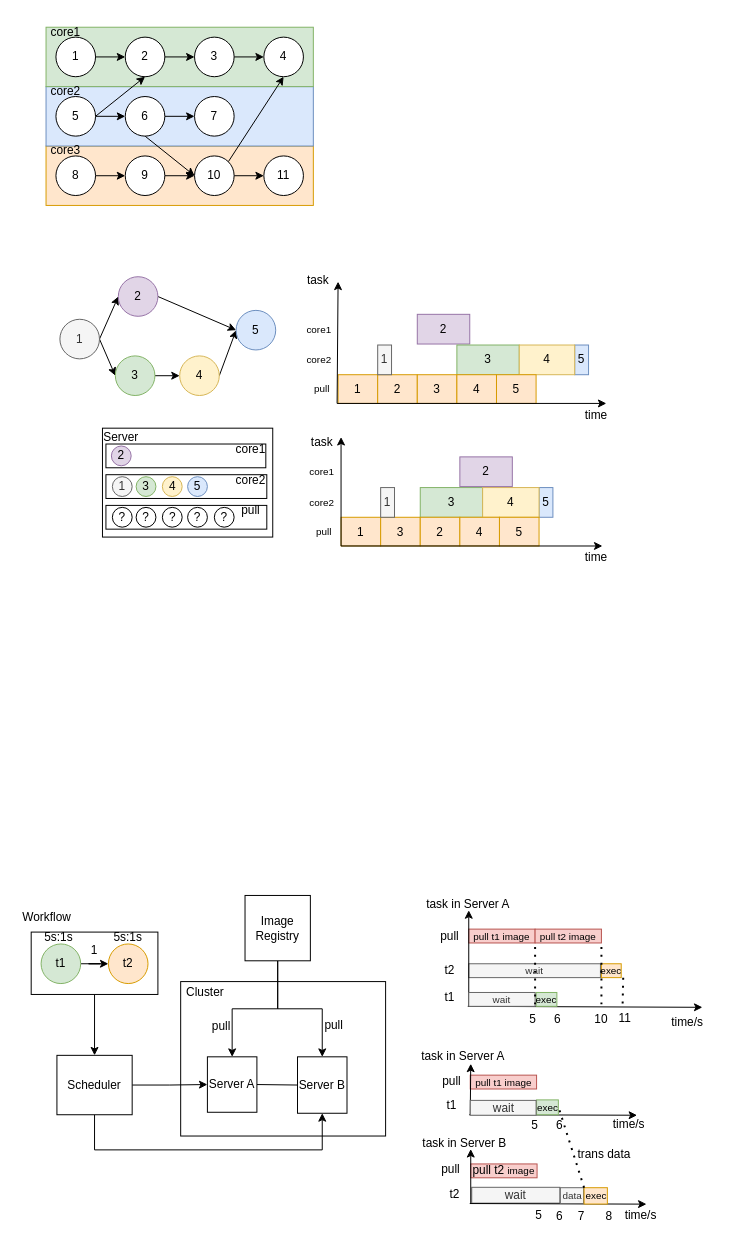
Earlier version of the draw.io diagram research/小论文.drawio (ksd11/charts). Source tidied: cells renumbered, new cells numbered last; positions are measured from the earlier drawing's top-left corner, leaving out a move shared by most shapes. Both pictures are drawn from the tidied source at 99%, with x=0, y=0 at pixel (17, 17).
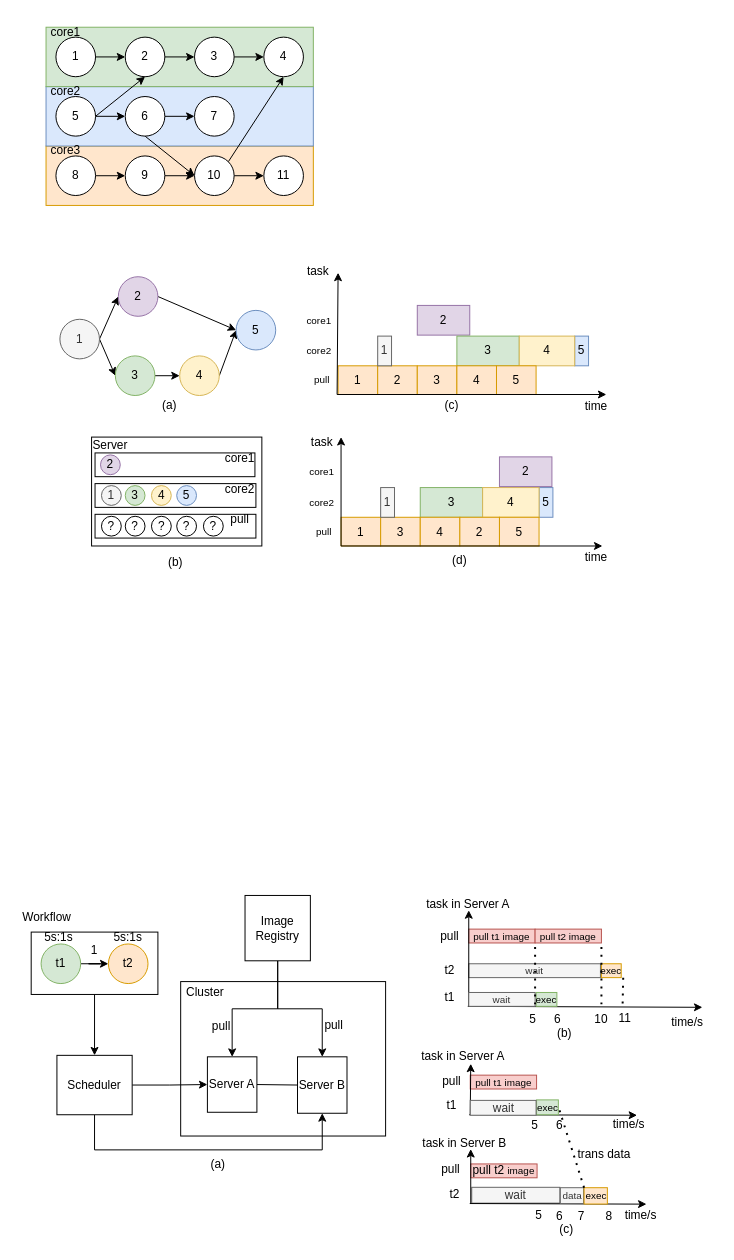
The same diagram, later.

Commit message:
更新小论文.drawio

What changed in the source:
```diff
@@
     <mxCell id="41" value="1" style="rounded=0;whiteSpace=wrap;html=1;fillColor=#ffe6cc;strokeColor=#d79b00;" parent="1" vertex="1">
-      <mxGeometry x="324" y="361" width="40" height="29" as="geometry" />
+      <mxGeometry x="324" y="352" width="40" height="29" as="geometry" />
     </mxCell>
     <mxCell id="42" value="2" style="rounded=0;whiteSpace=wrap;html=1;fillColor=#ffe6cc;strokeColor=#d79b00;" parent="1" vertex="1">
-      <mxGeometry x="364" y="361" width="40" height="29" as="geometry" />
+      <mxGeometry x="364" y="352" width="40" height="29" as="geometry" />
     </mxCell>
     <mxCell id="43" value="pull" style="text;html=1;align=center;verticalAlign=middle;whiteSpace=wrap;rounded=0;fontSize=10;" parent="1" vertex="1">
-      <mxGeometry x="278" y="360" width="60" height="30" as="geometry" />
+      <mxGeometry x="278" y="351" width="60" height="30" as="geometry" />
     </mxCell>
     <mxCell id="44" value="core1" style="text;html=1;align=center;verticalAlign=middle;whiteSpace=wrap;rounded=0;fontSize=10;" parent="1" vertex="1">
-      <mxGeometry x="275" y="300" width="60" height="30" as="geometry" />
+      <mxGeometry x="275" y="291" width="60" height="30" as="geometry" />
     </mxCell>
     <mxCell id="45" value="core2" style="text;html=1;align=center;verticalAlign=middle;whiteSpace=wrap;rounded=0;fontSize=10;" parent="1" vertex="1">
-      <mxGeometry x="275" y="331" width="60" height="30" as="geometry" />
+      <mxGeometry x="275" y="322" width="60" height="30" as="geometry" />
     </mxCell>
     <mxCell id="46" value="1" style="rounded=0;whiteSpace=wrap;html=1;fillColor=#f5f5f5;strokeColor=#666666;fontColor=#333333;" parent="1" vertex="1">
-      <mxGeometry x="364" y="331" width="14" height="30" as="geometry" />
+      <mxGeometry x="364" y="322" width="14" height="30" as="geometry" />
     </mxCell>
     <mxCell id="47" value="5" style="rounded=0;whiteSpace=wrap;html=1;fillColor=#dae8fc;strokeColor=#6c8ebf;" parent="1" vertex="1">
-      <mxGeometry x="563" y="331" width="14" height="30" as="geometry" />
+      <mxGeometry x="563" y="322" width="14" height="30" as="geometry" />
     </mxCell>
     <mxCell id="48" value="2" style="rounded=0;whiteSpace=wrap;html=1;fillColor=#e1d5e7;strokeColor=#9673a6;" parent="1" vertex="1">
-      <mxGeometry x="404" y="300" width="53" height="30" as="geometry" />
+      <mxGeometry x="404" y="291" width="53" height="30" as="geometry" />
     </mxCell>
     <mxCell id="49" value="3" style="rounded=0;whiteSpace=wrap;html=1;fillColor=#d5e8d4;strokeColor=#82b366;" parent="1" vertex="1">
-      <mxGeometry x="444" y="331" width="63" height="30" as="geometry" />
+      <mxGeometry x="444" y="322" width="63" height="30" as="geometry" />
     </mxCell>
     <mxCell id="50" value="4" style="rounded=0;whiteSpace=wrap;html=1;fillColor=#fff2cc;strokeColor=#d6b656;" parent="1" vertex="1">
-      <mxGeometry x="507" y="331" width="56" height="30" as="geometry" />
+      <mxGeometry x="507" y="322" width="56" height="30" as="geometry" />
     </mxCell>
     <mxCell id="51" value="3" style="rounded=0;whiteSpace=wrap;html=1;fillColor=#ffe6cc;strokeColor=#d79b00;" parent="1" vertex="1">
-      <mxGeometry x="404" y="361" width="40" height="29" as="geometry" />
+      <mxGeometry x="404" y="352" width="40" height="29" as="geometry" />
     </mxCell>
     <mxCell id="52" value="4" style="rounded=0;whiteSpace=wrap;html=1;fillColor=#ffe6cc;strokeColor=#d79b00;" parent="1" vertex="1">
-      <mxGeometry x="444" y="361" width="40" height="29" as="geometry" />
+      <mxGeometry x="444" y="352" width="40" height="29" as="geometry" />
     </mxCell>
     <mxCell id="53" value="5" style="rounded=0;whiteSpace=wrap;html=1;fillColor=#ffe6cc;strokeColor=#d79b00;" parent="1" vertex="1">
-      <mxGeometry x="484" y="361" width="40" height="29" as="geometry" />
+      <mxGeometry x="484" y="352" width="40" height="29" as="geometry" />
     </mxCell>
@@
-    <mxCell id="63" value="2" style="rounded=0;whiteSpace=wrap;html=1;fillColor=#ffe6cc;strokeColor=#d79b00;" parent="1" vertex="1">
+    <mxCell id="63" value="4" style="rounded=0;whiteSpace=wrap;html=1;fillColor=#ffe6cc;strokeColor=#d79b00;" parent="1" vertex="1">
       <mxGeometry x="407" y="505" width="40" height="29" as="geometry" />
     </mxCell>
-    <mxCell id="64" value="4" style="rounded=0;whiteSpace=wrap;html=1;fillColor=#ffe6cc;strokeColor=#d79b00;" parent="1" vertex="1">
+    <mxCell id="64" value="2" style="rounded=0;whiteSpace=wrap;html=1;fillColor=#ffe6cc;strokeColor=#d79b00;" parent="1" vertex="1">
       <mxGeometry x="447" y="505" width="40" height="29" as="geometry" />
     </mxCell>
@@
     <mxCell id="66" value="2" style="rounded=0;whiteSpace=wrap;html=1;fillColor=#e1d5e7;strokeColor=#9673a6;" parent="1" vertex="1">
-      <mxGeometry x="447" y="444" width="53" height="30" as="geometry" />
+      <mxGeometry x="487" y="444" width="53" height="30" as="geometry" />
     </mxCell>
@@
     <mxCell id="69" style="endArrow=classic;html=1;rounded=0;exitX=0.75;exitY=1;exitDx=0;exitDy=0;" parent="1" edge="1" source="43">
       <mxGeometry relative="1" as="geometry">
-        <mxPoint x="595" y="390" as="targetPoint" />
+        <mxPoint x="595" y="381" as="targetPoint" />
       </mxGeometry>
     </mxCell>
     <mxCell id="70" value="time" style="text;html=1;align=center;verticalAlign=middle;whiteSpace=wrap;rounded=0;" parent="1" vertex="1">
-      <mxGeometry x="555" y="387" width="60" height="30" as="geometry" />
+      <mxGeometry x="555" y="378" width="60" height="30" as="geometry" />
     </mxCell>
     <mxCell id="71" style="endArrow=classic;html=1;rounded=0;exitX=0.75;exitY=1;exitDx=0;exitDy=0;" parent="1" edge="1" source="43">
       <mxGeometry relative="1" as="geometry">
-        <mxPoint x="324" y="267" as="targetPoint" />
+        <mxPoint x="324" y="258" as="targetPoint" />
       </mxGeometry>
     </mxCell>
@@
     <mxCell id="74" value="task" style="text;html=1;align=center;verticalAlign=middle;whiteSpace=wrap;rounded=0;" parent="1" vertex="1">
-      <mxGeometry x="274" y="251" width="60" height="30" as="geometry" />
+      <mxGeometry x="274" y="242" width="60" height="30" as="geometry" />
     </mxCell>
     <mxCell id="75" style="rounded=0;whiteSpace=wrap;html=1;" parent="1" vertex="1">
-      <mxGeometry x="86" y="415" width="172" height="110" as="geometry" />
+      <mxGeometry x="75" y="424" width="172" height="110" as="geometry" />
     </mxCell>
     <mxCell id="76" style="rounded=0;whiteSpace=wrap;html=1;" parent="1" vertex="1">
-      <mxGeometry x="89.5" y="431" width="161.5" height="24" as="geometry" />
+      <mxGeometry x="78.5" y="440" width="161.5" height="24" as="geometry" />
     </mxCell>
     <mxCell id="77" value="Server" style="text;html=1;align=center;verticalAlign=middle;whiteSpace=wrap;rounded=0;" parent="1" vertex="1">
-      <mxGeometry x="75" y="409" width="60" height="30" as="geometry" />
+      <mxGeometry x="64" y="418" width="60" height="30" as="geometry" />
     </mxCell>
@@
     <mxCell id="146" value="2" style="ellipse;whiteSpace=wrap;html=1;fillColor=#e1d5e7;strokeColor=#9673a6;" parent="1" vertex="1">
-      <mxGeometry x="95" y="433" width="20" height="20" as="geometry" />
+      <mxGeometry x="84" y="442" width="20" height="20" as="geometry" />
     </mxCell>
     <mxCell id="147" style="rounded=0;whiteSpace=wrap;html=1;" parent="1" vertex="1">
-      <mxGeometry x="89.5" y="462" width="162.5" height="24" as="geometry" />
+      <mxGeometry x="78.5" y="471" width="162.5" height="24" as="geometry" />
     </mxCell>
     <mxCell id="148" value="1" style="ellipse;whiteSpace=wrap;html=1;fillColor=#f5f5f5;fontColor=#333333;strokeColor=#666666;" parent="1" vertex="1">
-      <mxGeometry x="96" y="464" width="20" height="20" as="geometry" />
+      <mxGeometry x="85" y="473" width="20" height="20" as="geometry" />
     </mxCell>
     <mxCell id="149" value="3" style="ellipse;whiteSpace=wrap;html=1;fillColor=#d5e8d4;strokeColor=#82b366;" parent="1" vertex="1">
-      <mxGeometry x="120" y="464" width="20" height="20" as="geometry" />
+      <mxGeometry x="109" y="473" width="20" height="20" as="geometry" />
     </mxCell>
     <mxCell id="150" value="4" style="ellipse;whiteSpace=wrap;html=1;fillColor=#fff2cc;strokeColor=#d6b656;" parent="1" vertex="1">
-      <mxGeometry x="146.5" y="464" width="20" height="20" as="geometry" />
+      <mxGeometry x="135.5" y="473" width="20" height="20" as="geometry" />
     </mxCell>
     <mxCell id="151" value="5" style="ellipse;whiteSpace=wrap;html=1;fillColor=#dae8fc;strokeColor=#6c8ebf;" parent="1" vertex="1">
-      <mxGeometry x="172" y="464" width="20" height="20" as="geometry" />
+      <mxGeometry x="161" y="473" width="20" height="20" as="geometry" />
     </mxCell>
     <mxCell id="152" style="rounded=0;whiteSpace=wrap;html=1;" parent="1" vertex="1">
-      <mxGeometry x="89.5" y="493" width="162.5" height="24" as="geometry" />
+      <mxGeometry x="78.5" y="502" width="162.5" height="24" as="geometry" />
     </mxCell>
     <mxCell id="153" value="?" style="ellipse;whiteSpace=wrap;html=1;" parent="1" vertex="1">
-      <mxGeometry x="96" y="495" width="20" height="20" as="geometry" />
+      <mxGeometry x="85" y="504" width="20" height="20" as="geometry" />
     </mxCell>
     <mxCell id="154" value="?" style="ellipse;whiteSpace=wrap;html=1;" parent="1" vertex="1">
-      <mxGeometry x="120" y="495" width="20" height="20" as="geometry" />
+      <mxGeometry x="109" y="504" width="20" height="20" as="geometry" />
     </mxCell>
     <mxCell id="155" value="?" style="ellipse;whiteSpace=wrap;html=1;" parent="1" vertex="1">
-      <mxGeometry x="146.5" y="495" width="20" height="20" as="geometry" />
+      <mxGeometry x="135.5" y="504" width="20" height="20" as="geometry" />
     </mxCell>
     <mxCell id="156" value="?" style="ellipse;whiteSpace=wrap;html=1;" parent="1" vertex="1">
-      <mxGeometry x="172" y="495" width="20" height="20" as="geometry" />
+      <mxGeometry x="161" y="504" width="20" height="20" as="geometry" />
     </mxCell>
     <mxCell id="157" value="core1" style="text;html=1;align=center;verticalAlign=middle;whiteSpace=wrap;rounded=0;" parent="1" vertex="1">
-      <mxGeometry x="206" y="422" width="60" height="30" as="geometry" />
+      <mxGeometry x="195" y="431" width="60" height="30" as="geometry" />
     </mxCell>
     <mxCell id="158" value="?" style="ellipse;whiteSpace=wrap;html=1;" parent="1" vertex="1">
-      <mxGeometry x="199" y="495" width="20" height="20" as="geometry" />
+      <mxGeometry x="188" y="504" width="20" height="20" as="geometry" />
     </mxCell>
     <mxCell id="159" value="core2" style="text;html=1;align=center;verticalAlign=middle;whiteSpace=wrap;rounded=0;" parent="1" vertex="1">
-      <mxGeometry x="206" y="453" width="60" height="30" as="geometry" />
+      <mxGeometry x="195" y="462" width="60" height="30" as="geometry" />
     </mxCell>
     <mxCell id="160" value="pull" style="text;html=1;align=center;verticalAlign=middle;whiteSpace=wrap;rounded=0;" parent="1" vertex="1">
-      <mxGeometry x="206" y="483" width="60" height="30" as="geometry" />
+      <mxGeometry x="195" y="492" width="60" height="30" as="geometry" />
     </mxCell>
+    <mxCell id="161" value="(a)" style="text;html=1;align=center;verticalAlign=middle;whiteSpace=wrap;rounded=0;" parent="1" vertex="1">
+      <mxGeometry x="124" y="377" width="60" height="30" as="geometry" />
+    </mxCell>
+    <mxCell id="162" value="(c)" style="text;html=1;align=center;verticalAlign=middle;whiteSpace=wrap;rounded=0;" parent="1" vertex="1">
+      <mxGeometry x="408.5" y="377" width="60" height="30" as="geometry" />
+    </mxCell>
+    <mxCell id="163" value="(b)" style="text;html=1;align=center;verticalAlign=middle;whiteSpace=wrap;rounded=0;" parent="1" vertex="1">
+      <mxGeometry x="129.8" y="536" width="60" height="30" as="geometry" />
+    </mxCell>
+    <mxCell id="164" value="(d)" style="text;html=1;align=center;verticalAlign=middle;whiteSpace=wrap;rounded=0;" parent="1" vertex="1">
+      <mxGeometry x="417" y="534" width="60" height="30" as="geometry" />
+    </mxCell>
+    <mxCell id="165" value="(a)" style="text;html=1;align=center;verticalAlign=middle;whiteSpace=wrap;rounded=0;" parent="1" vertex="1">
+      <mxGeometry x="173" y="1144.2" width="60" height="30" as="geometry" />
+    </mxCell>
+    <mxCell id="166" value="(b)" style="text;html=1;align=center;verticalAlign=middle;whiteSpace=wrap;rounded=0;" parent="1" vertex="1">
+      <mxGeometry x="523" y="1011" width="60" height="30" as="geometry" />
+    </mxCell>
+    <mxCell id="167" value="(c)" style="text;html=1;align=center;verticalAlign=middle;whiteSpace=wrap;rounded=0;" parent="1" vertex="1">
+      <mxGeometry x="525" y="1209" width="60" height="30" as="geometry" />
+    </mxCell>
```
